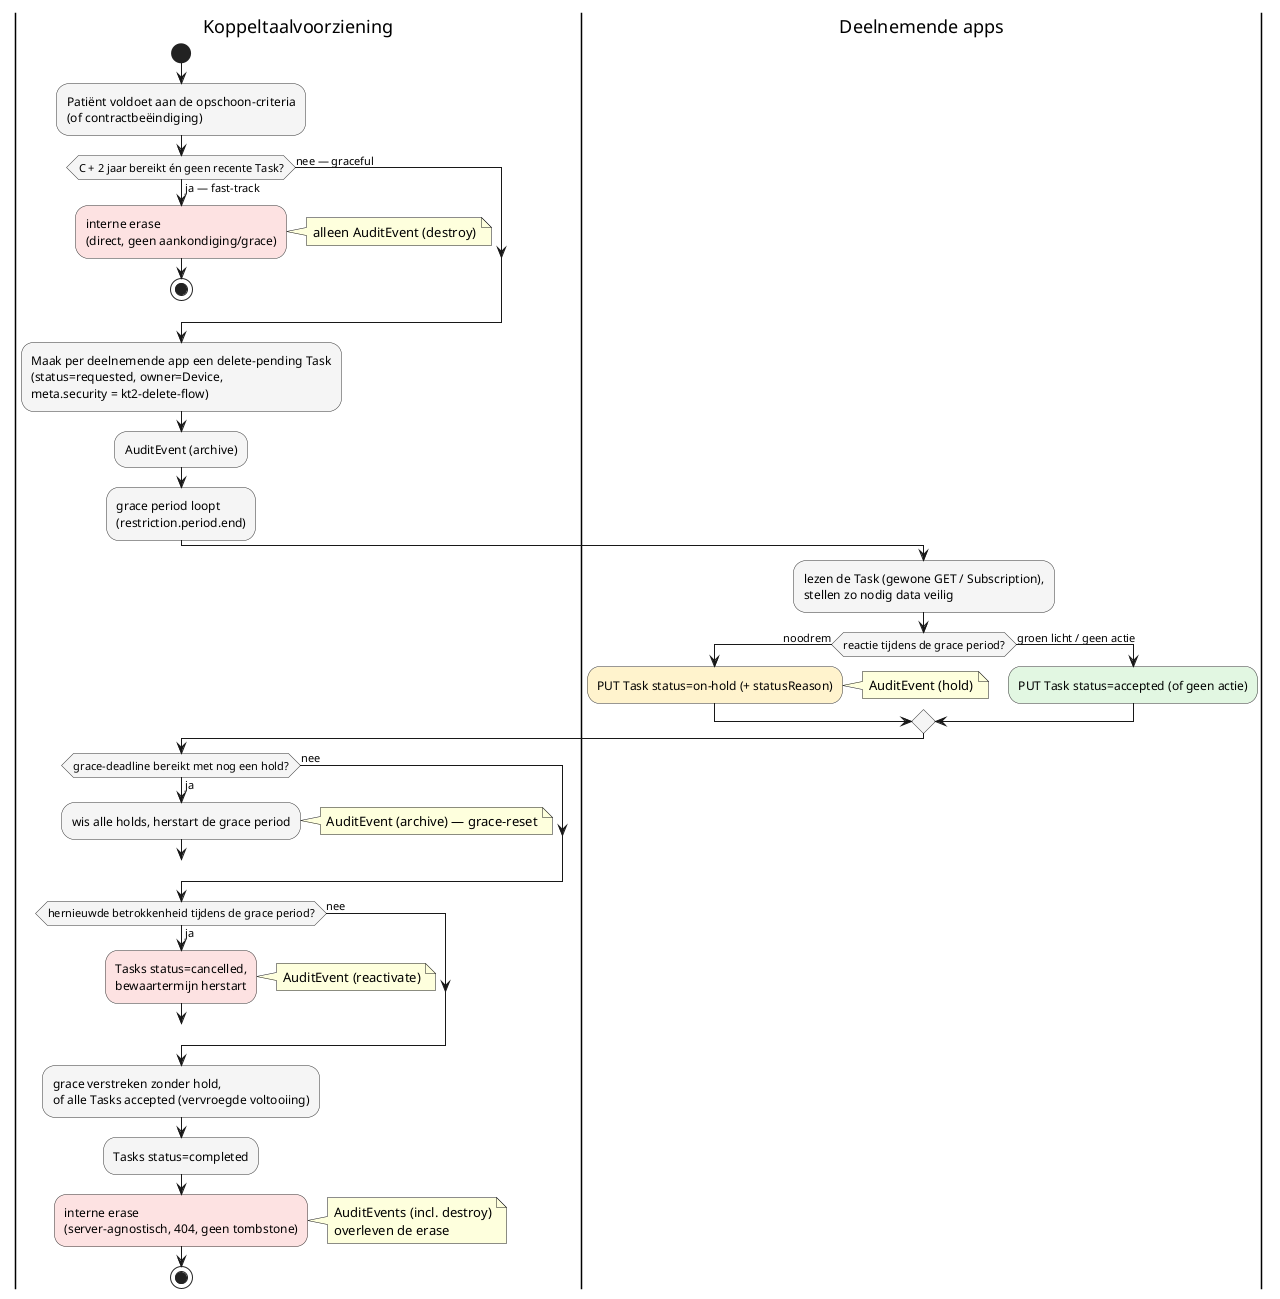
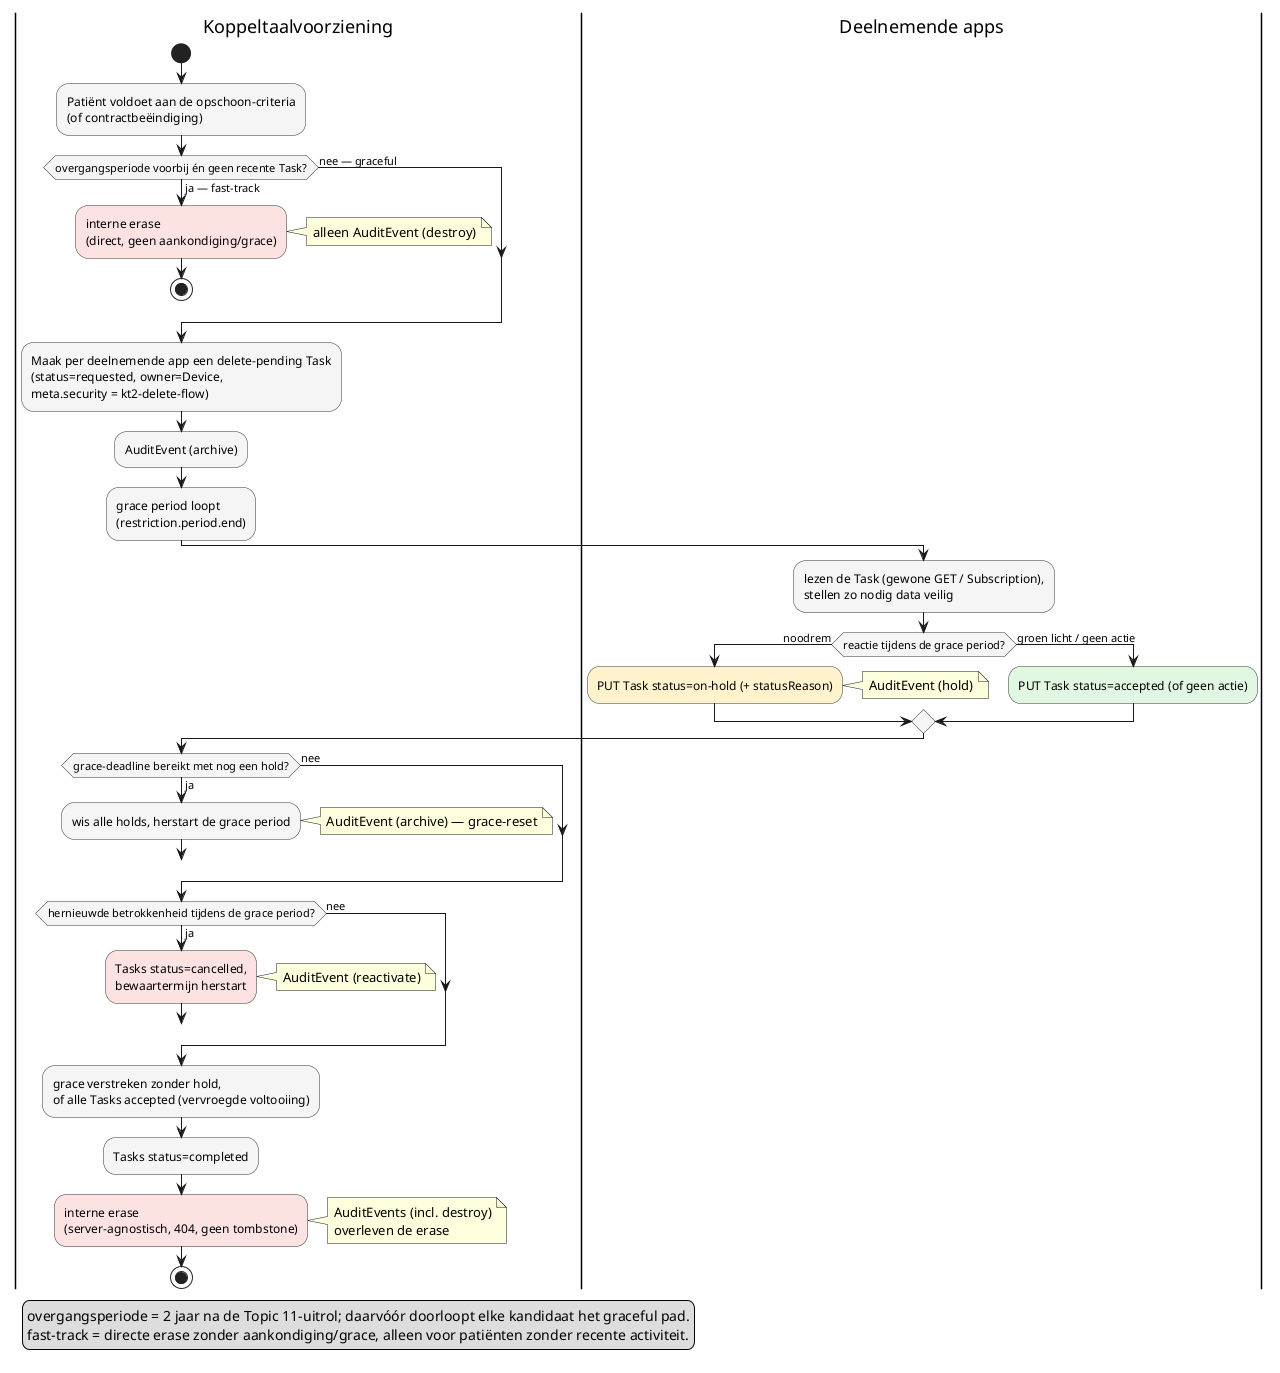
@startuml opschoning-patient-data-overzicht

skinparam activity {
  BackgroundColor #f5f5f5
  BorderColor #333333
}

|Koppeltaalvoorziening|
start
label start_proces
:Patiënt voldoet aan de opschoon-criteria\n(of contractbeëindiging);
- if (C + 2 jaar bereikt én geen recente Task?) then (ja — fast-track)
+ if (overgangsperiode voorbij én geen recente Task?) then (ja — fast-track)
  #fde2e2:interne erase\n(direct, geen aankondiging/grace);
  note right: alleen AuditEvent (destroy)
  stop
else (nee — graceful)
endif
:Maak per deelnemende app een delete-pending Task\n(status=requested, owner=Device,\nmeta.security = kt2-delete-flow);
:AuditEvent (archive);
label start_grace
:grace period loopt\n(restriction.period.end);

|Deelnemende apps|
:lezen de Task (gewone GET / Subscription),\nstellen zo nodig data veilig;
if (reactie tijdens de grace period?) then (noodrem)
  #fff3cd:PUT Task status=on-hold (+ statusReason);
  note right: AuditEvent (hold)
else (groen licht / geen actie)
  #e2f7e2:PUT Task status=accepted (of geen actie);
endif

|Koppeltaalvoorziening|
if (grace-deadline bereikt met nog een hold?) then (ja)
  :wis alle holds, herstart de grace period;
  note right: AuditEvent (archive) — grace-reset
  goto start_grace
else (nee)
endif

if (hernieuwde betrokkenheid tijdens de grace period?) then (ja)
  #fde2e2:Tasks status=cancelled,\nbewaartermijn herstart;
  note right: AuditEvent (reactivate)
  goto start_proces
else (nee)
endif

:grace verstreken zonder hold,\nof alle Tasks accepted (vervroegde voltooiing);
:Tasks status=completed;
#fde2e2:interne erase\n(server-agnostisch, 404, geen tombstone);
note right
  AuditEvents (incl. destroy)
  overleven de erase
end note
stop

+ legend left
+   overgangsperiode = 2 jaar na de Topic 11-uitrol; daarvóór doorloopt elke kandidaat het graceful pad.
+   fast-track = directe erase zonder aankondiging/grace, alleen voor patiënten zonder recente activiteit.
+ endlegend
+ 
@enduml
